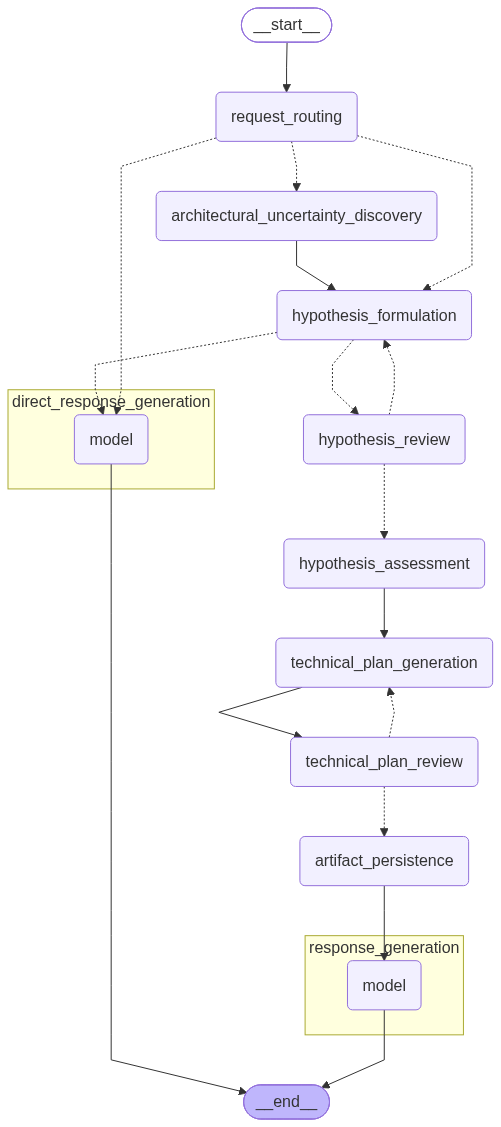
Before: docs/architecture/archhypo-flow-agent.png, a diagram exported from Mermaid (archhypo-ai/archflow-solo). Its source is kept beside it as docs/architecture/archhypo-flow-agent.mmd.
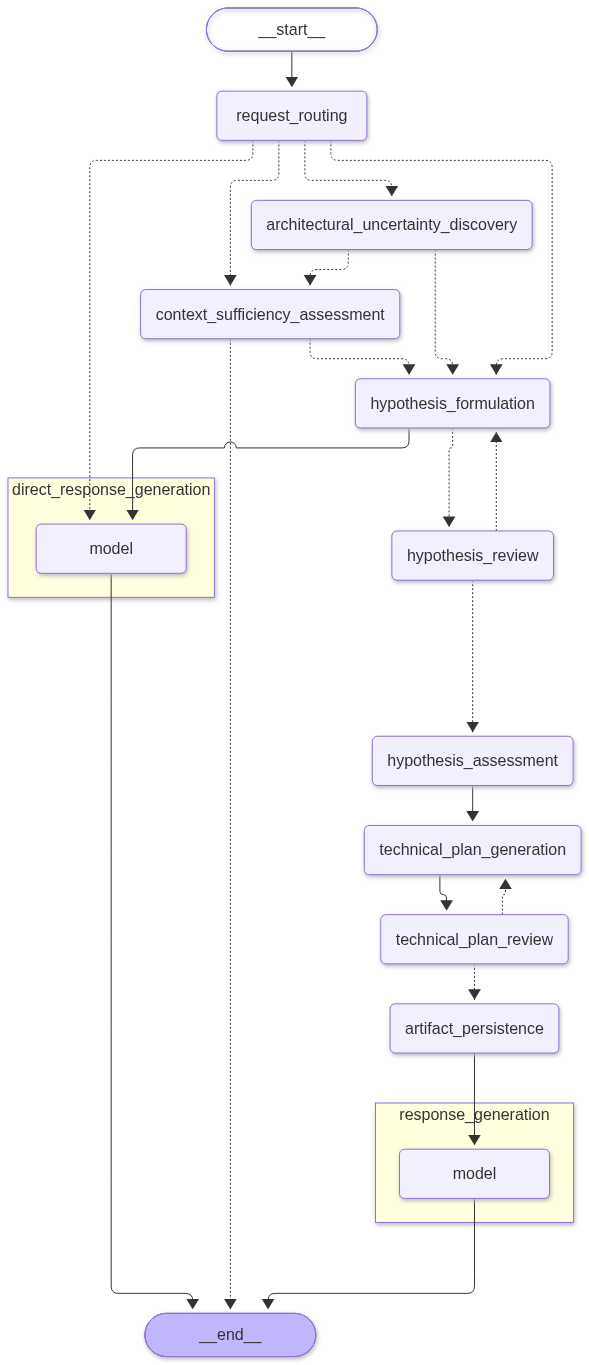
Later version of the same file.

Change to the diagram source:
```diff
@@ -8,6 +8,7 @@
 	request_routing(request_routing)
 	architectural_uncertainty_discovery(architectural_uncertainty_discovery)
 	hypothesis_formulation(hypothesis_formulation)
+	context_sufficiency_assessment(context_sufficiency_assessment)
 	hypothesis_assessment(hypothesis_assessment)
 	hypothesis_review(hypothesis_review)
 	technical_plan_generation(technical_plan_generation)
@@ -15,14 +16,18 @@
 	artifact_persistence(artifact_persistence)
 	__end__([<p>__end__</p>]):::last
 	__start__ --> request_routing;
-	architectural_uncertainty_discovery --> hypothesis_formulation;
+	architectural_uncertainty_discovery -.-> context_sufficiency_assessment;
+	architectural_uncertainty_discovery -.-> hypothesis_formulation;
 	artifact_persistence --> response_generation\3amodel;
+	context_sufficiency_assessment -.-> __end__;
+	context_sufficiency_assessment -.-> hypothesis_formulation;
 	hypothesis_assessment --> technical_plan_generation;
 	hypothesis_formulation -.-> direct_response_generation\3amodel;
 	hypothesis_formulation -.-> hypothesis_review;
 	hypothesis_review -.-> hypothesis_assessment;
 	hypothesis_review -.-> hypothesis_formulation;
 	request_routing -.-> architectural_uncertainty_discovery;
+	request_routing -.-> context_sufficiency_assessment;
 	request_routing -.-> direct_response_generation\3amodel;
 	request_routing -.-> hypothesis_formulation;
 	technical_plan_generation --> technical_plan_review;
```
